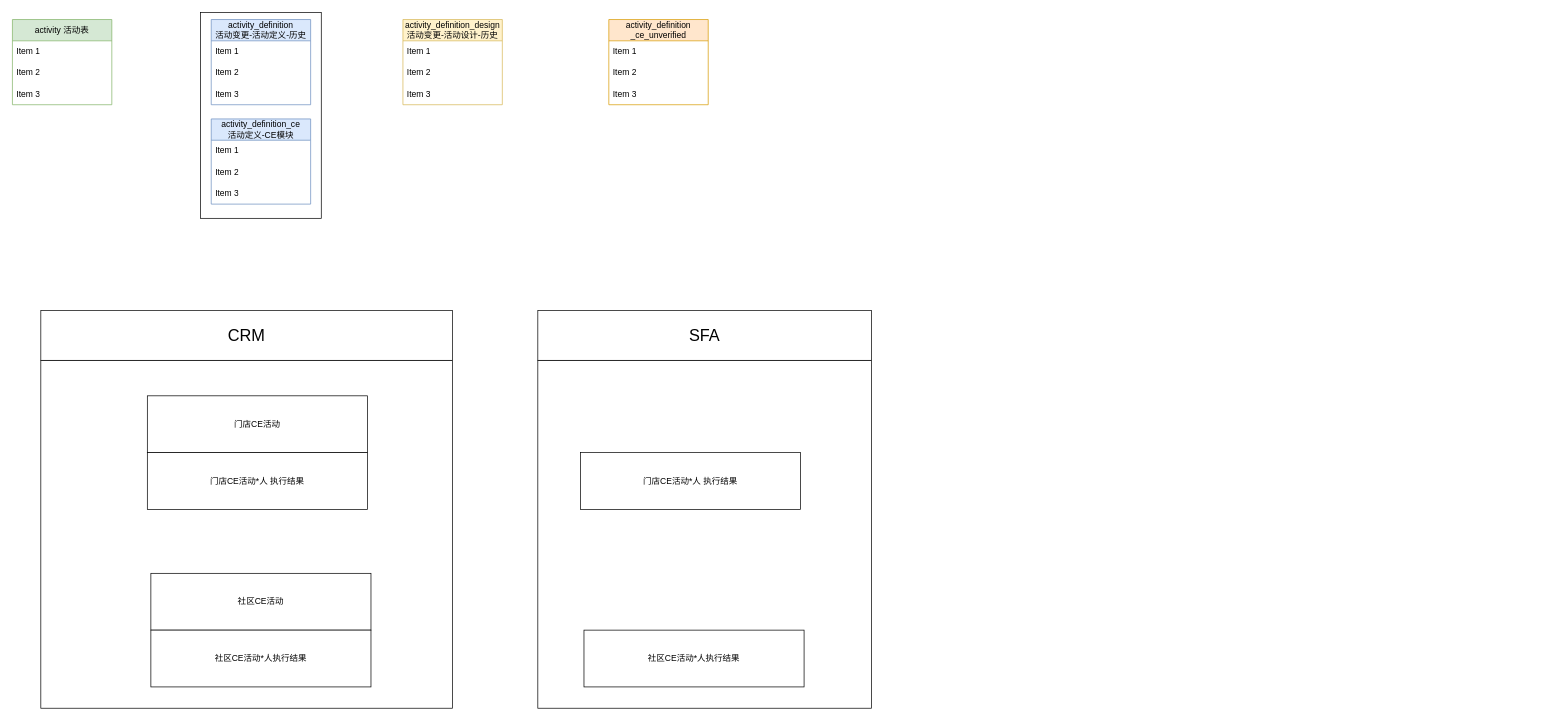
Earlier version of the draw.io diagram 【0527】SFA&CRM数据交互-技术侧.drawio (18857545022/-). Source tidied: cells renumbered, new cells numbered last; positions are measured from the earlier drawing's top-left corner, leaving out a move shared by most shapes. Both pictures are drawn from the tidied source at 71%, with x=0, y=0 at pixel (12, 12).
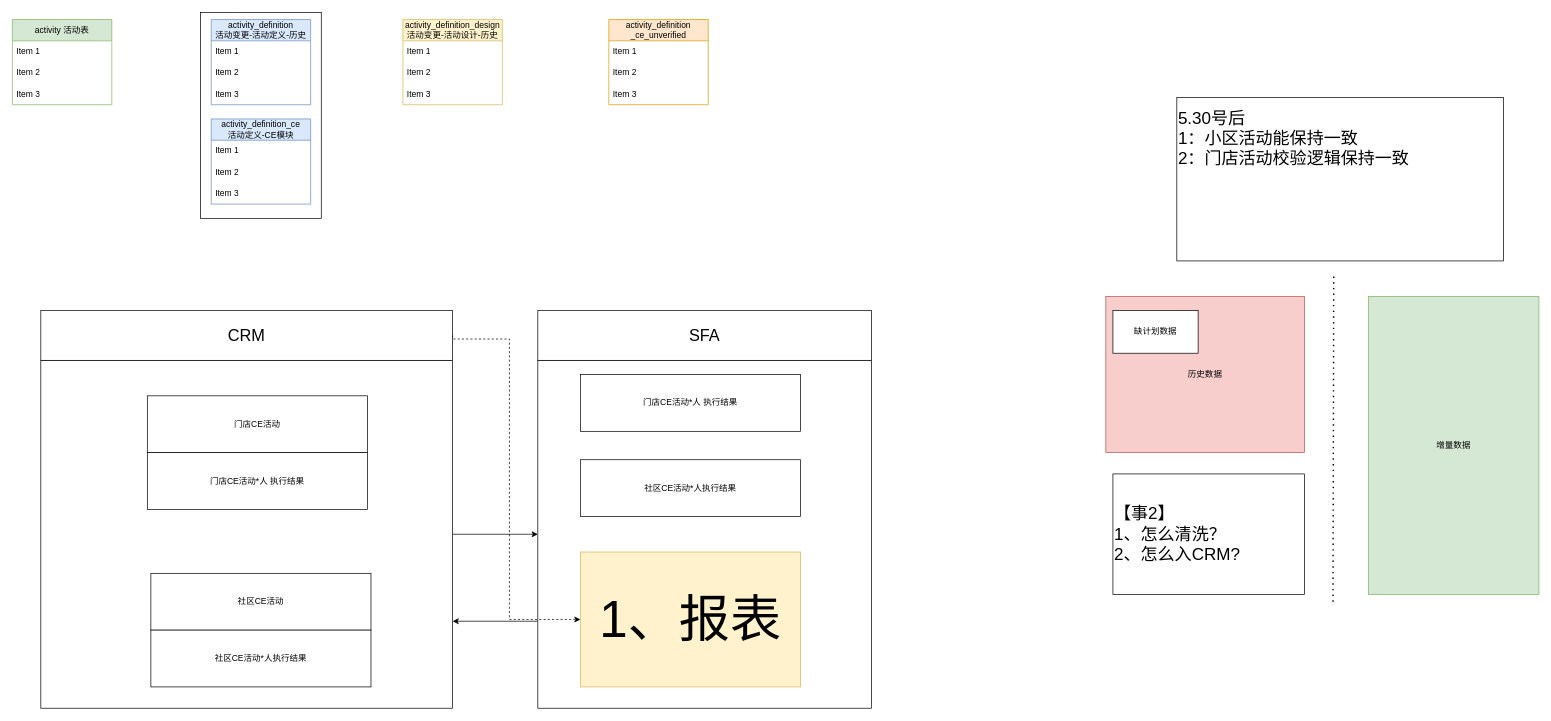
After the change.

Commit message:
更新【0527】SFA&CRM数据交互-技术侧.drawio

The change refers to these unchanged cells:
```xml
<mxCell id="23" style="rounded=0;whiteSpace=wrap;html=1;" parent="1" vertex="1">
  <mxGeometry x="40" y="490" width="580" height="490" as="geometry" />
</mxCell>
<mxCell id="24" value="CRM" style="rounded=0;whiteSpace=wrap;html=1;fontSize=23;" parent="1" vertex="1">
  <mxGeometry x="40" y="420" width="580" height="70" as="geometry" />
</mxCell>
<mxCell id="25" style="rounded=0;whiteSpace=wrap;html=1;" parent="1" vertex="1">
  <mxGeometry x="740" y="490" width="470" height="490" as="geometry" />
</mxCell>
```

Change to the diagram source:
```diff
@@
+    <mxCell id="33" style="edgeStyle=orthogonalEdgeStyle;rounded=0;jettySize=auto;html=1;exitX=1;exitY=0.5;exitDx=0;exitDy=0;entryX=0;entryY=0.5;entryDx=0;entryDy=0;" parent="1" edge="1" source="23" target="25">
+      <mxGeometry relative="1" as="geometry" />
+    </mxCell>
@@
+    <mxCell id="34" style="edgeStyle=orthogonalEdgeStyle;rounded=0;jettySize=auto;html=1;exitX=0;exitY=0.75;exitDx=0;exitDy=0;entryX=1;entryY=0.75;entryDx=0;entryDy=0;" parent="1" edge="1" source="25" target="23">
+      <mxGeometry relative="1" as="geometry" />
+    </mxCell>
@@
     <mxCell id="31" value="门店CE活动*人 执行结果" style="rounded=0;whiteSpace=wrap;html=1;" parent="1" vertex="1">
-      <mxGeometry x="800" y="620" width="310" height="80" as="geometry" />
+      <mxGeometry x="800" y="510" width="310" height="80" as="geometry" />
     </mxCell>
     <mxCell id="32" value="社区CE活动*人执行结果" style="rounded=0;whiteSpace=wrap;html=1;" parent="1" vertex="1">
-      <mxGeometry x="805" y="870" width="310" height="80" as="geometry" />
+      <mxGeometry x="800" y="630" width="310" height="80" as="geometry" />
     </mxCell>
+    <mxCell id="35" value="&lt;font style=&quot;font-size: 24px;&quot;&gt;5.30号后&lt;br&gt;1：小区活动能保持一致&lt;br&gt;2：门店活动校验逻辑保持一致&lt;br&gt;&lt;br&gt;&lt;br&gt;&lt;br&gt;&lt;br&gt;&lt;/font&gt;" style="rounded=0;whiteSpace=wrap;html=1;align=left;" parent="1" vertex="1">
+      <mxGeometry x="1640" y="120" width="460" height="230" as="geometry" />
+    </mxCell>
+    <mxCell id="36" value="历史数据" style="rounded=0;whiteSpace=wrap;html=1;fillColor=#f8cecc;strokeColor=#b85450;" parent="1" vertex="1">
+      <mxGeometry x="1540" y="400" width="280" height="220" as="geometry" />
+    </mxCell>
+    <mxCell id="37" value="增量数据" style="rounded=0;whiteSpace=wrap;html=1;fillColor=#d5e8d4;strokeColor=#82b366;" parent="1" vertex="1">
+      <mxGeometry x="1910" y="400" width="240" height="420" as="geometry" />
+    </mxCell>
+    <mxCell id="38" style="endArrow=none;dashed=1;html=1;dashPattern=1 3;strokeWidth=2;rounded=0;" parent="1" edge="1">
+      <mxGeometry relative="1" as="geometry">
+        <mxPoint x="1860" y="830" as="sourcePoint" />
+        <mxPoint x="1861" y="370" as="targetPoint" />
+      </mxGeometry>
+    </mxCell>
+    <mxCell id="39" value="&lt;font style=&quot;font-size: 24px;&quot;&gt;【事2】&lt;br&gt;1、怎么清洗？&lt;br&gt;2、怎么入CRM?&lt;/font&gt;" style="rounded=0;whiteSpace=wrap;html=1;align=left;" parent="1" vertex="1">
+      <mxGeometry x="1550" y="650" width="270" height="170" as="geometry" />
+    </mxCell>
+    <mxCell id="40" value="缺计划数据" style="rounded=0;whiteSpace=wrap;html=1;" parent="1" vertex="1">
+      <mxGeometry x="1550" y="420" width="120" height="60" as="geometry" />
+    </mxCell>
+    <mxCell id="41" value="&lt;font style=&quot;font-size: 72px;&quot;&gt;1、报表&lt;/font&gt;" style="rounded=0;whiteSpace=wrap;html=1;fillColor=#fff2cc;strokeColor=#d6b656;" parent="1" vertex="1">
+      <mxGeometry x="800" y="760" width="310" height="190" as="geometry" />
+    </mxCell>
+    <mxCell id="42" style="edgeStyle=orthogonalEdgeStyle;rounded=0;jettySize=auto;html=1;exitX=1;exitY=0.5;exitDx=0;exitDy=0;entryX=0;entryY=0.5;entryDx=0;entryDy=0;dashed=1;" parent="1" edge="1" source="24" target="41">
+      <mxGeometry relative="1" as="geometry">
+        <Array as="points">
+          <mxPoint x="620" y="460" />
+          <mxPoint x="700" y="460" />
+          <mxPoint x="700" y="855" />
+        </Array>
+      </mxGeometry>
+    </mxCell>
```
